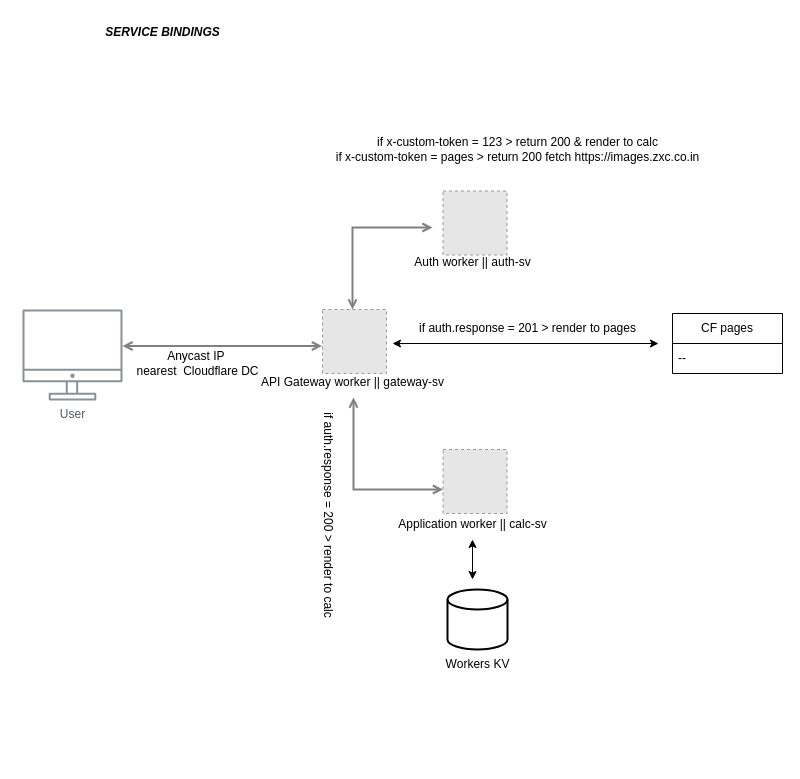
This is service_bindings.drawio from iamask/flowchart, a draw.io file, before an edit. Source tidied: cells renumbered, new cells numbered last; positions are measured from the earlier drawing's top-left corner, leaving out a move shared by most shapes. Both pictures are drawn from the tidied source at 100%, with x=0, y=0 at pixel (22, 17). Pictures stored in the file or linked from it are replaced by grey dashed boxes.
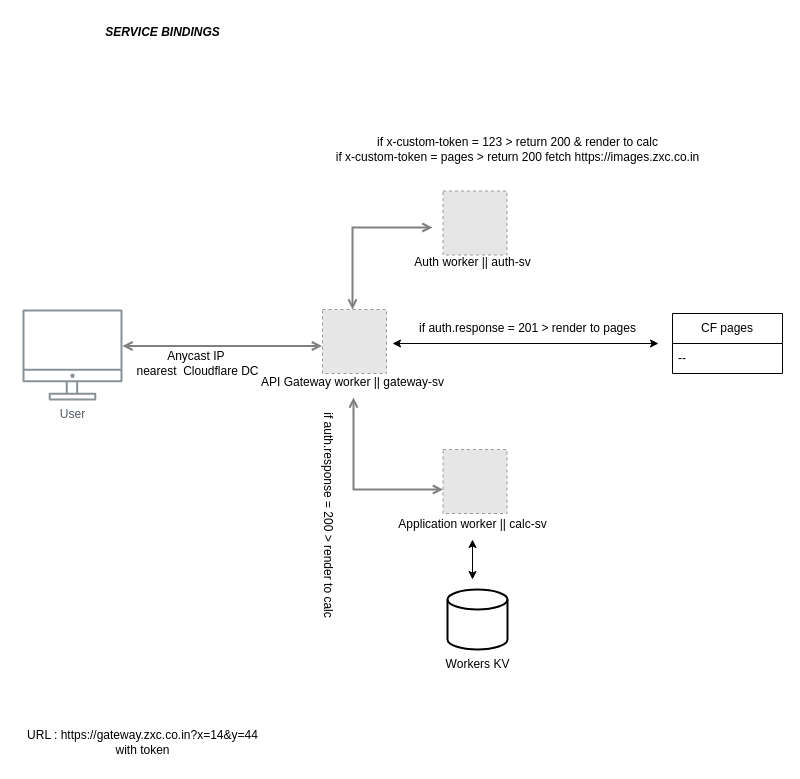
After the change.

What changed in the source:
```diff
@@
+    <mxCell id="23" value="URL :&amp;nbsp;https://gateway.zxc.co.in?x=14&amp;amp;y=44&lt;br&gt;with token" style="text;html=1;align=center;verticalAlign=middle;strokeColor=none;fillColor=none;" parent="1" vertex="1">
+      <mxGeometry x="-5" y="705" width="250" height="40" as="geometry" />
+    </mxCell>
```
